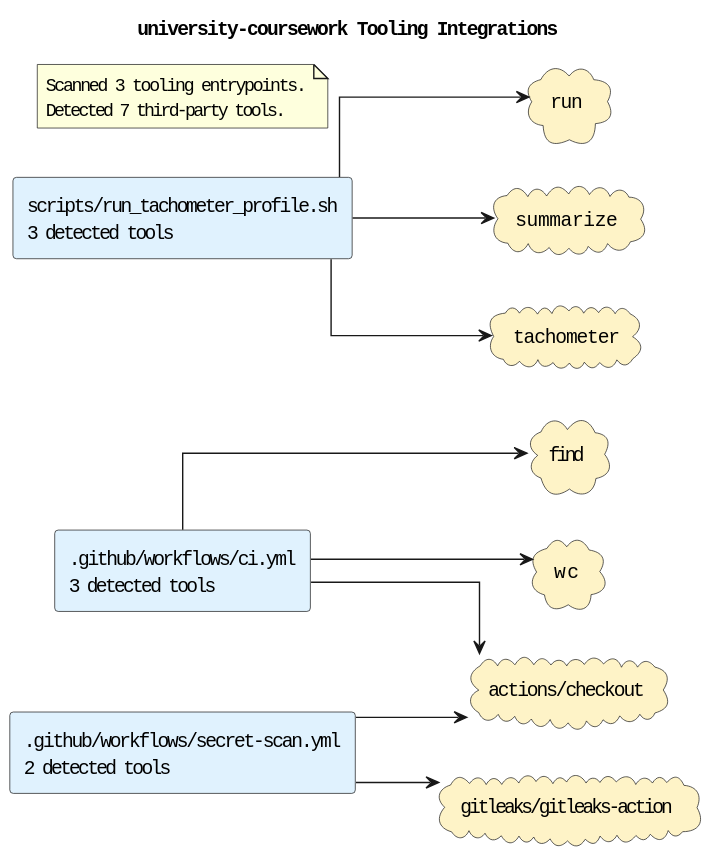
Earlier version of the PlantUML export docs/diagrams/tooling-integrations.puml.svg (casonk/university-coursework).
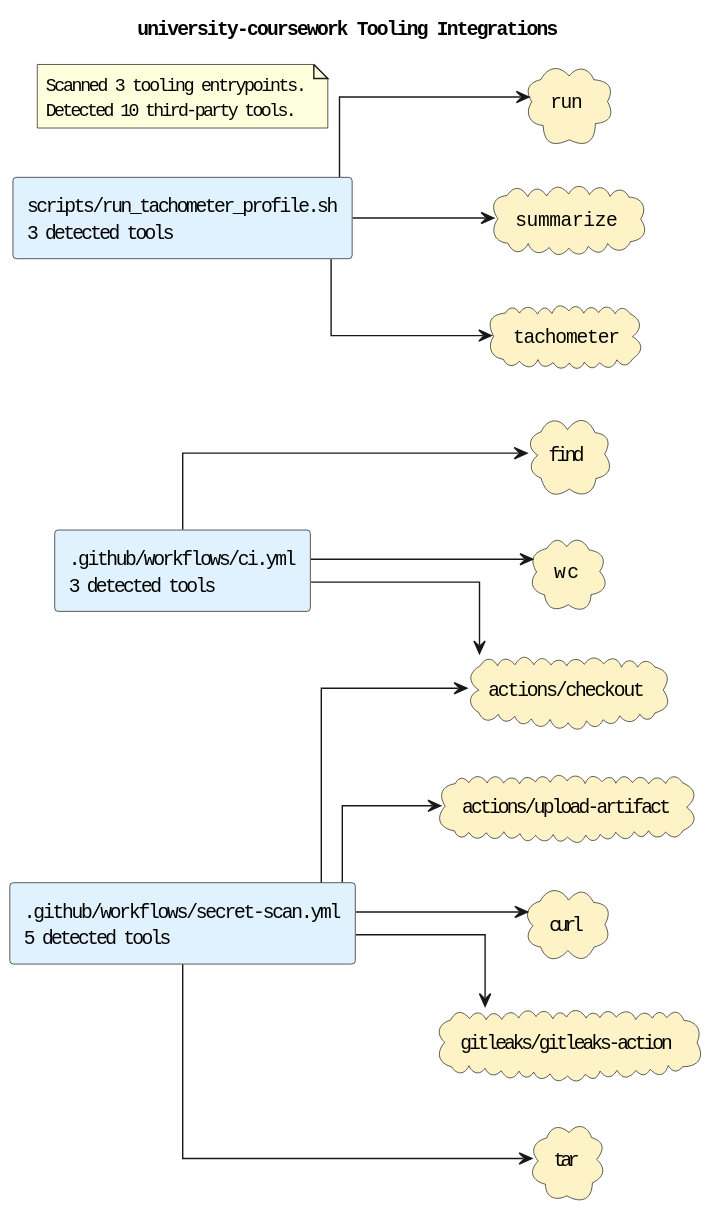
The same file after the commit.

Commit message:
docs(diagrams): regenerate archility architecture diagrams

Change to the diagram source:
```diff
@@ -6,25 +6,31 @@
 skinparam componentStyle rectangle
 skinparam linetype ortho
 rectangle ".github/workflows/ci.yml\n3 detected tools" as source_github_workflows_ci_yml #E0F2FE
-rectangle ".github/workflows/secret-scan.yml\n2 detected tools" as source_github_workflows_secret_scan_yml #E0F2FE
+rectangle ".github/workflows/secret-scan.yml\n5 detected tools" as source_github_workflows_secret_scan_yml #E0F2FE
 rectangle "scripts/run_tachometer_profile.sh\n3 detected tools" as source_scripts_run_tachometer_profile_sh #E0F2FE
 cloud "actions/checkout" as tool_actions_checkout #FEF3C7
+cloud "actions/upload-artifact" as tool_actions_upload_artifact #FEF3C7
+cloud "curl" as tool_curl #FEF3C7
 cloud "find" as tool_find #FEF3C7
 cloud "gitleaks/gitleaks-action" as tool_gitleaks_gitleaks_action #FEF3C7
 cloud "run" as tool_run #FEF3C7
 cloud "summarize" as tool_summarize #FEF3C7
 cloud "tachometer" as tool_tachometer #FEF3C7
+cloud "tar" as tool_tar #FEF3C7
 cloud "wc" as tool_wc #FEF3C7
 source_github_workflows_ci_yml --> tool_actions_checkout
 source_github_workflows_ci_yml --> tool_find
 source_github_workflows_ci_yml --> tool_wc
 source_github_workflows_secret_scan_yml --> tool_actions_checkout
+source_github_workflows_secret_scan_yml --> tool_actions_upload_artifact
+source_github_workflows_secret_scan_yml --> tool_curl
 source_github_workflows_secret_scan_yml --> tool_gitleaks_gitleaks_action
+source_github_workflows_secret_scan_yml --> tool_tar
 source_scripts_run_tachometer_profile_sh --> tool_run
 source_scripts_run_tachometer_profile_sh --> tool_summarize
 source_scripts_run_tachometer_profile_sh --> tool_tachometer
 note as toolingGraphSummary
 Scanned 3 tooling entrypoints.
-Detected 7 third-party tools.
+Detected 10 third-party tools.
 end note
 @enduml
```
